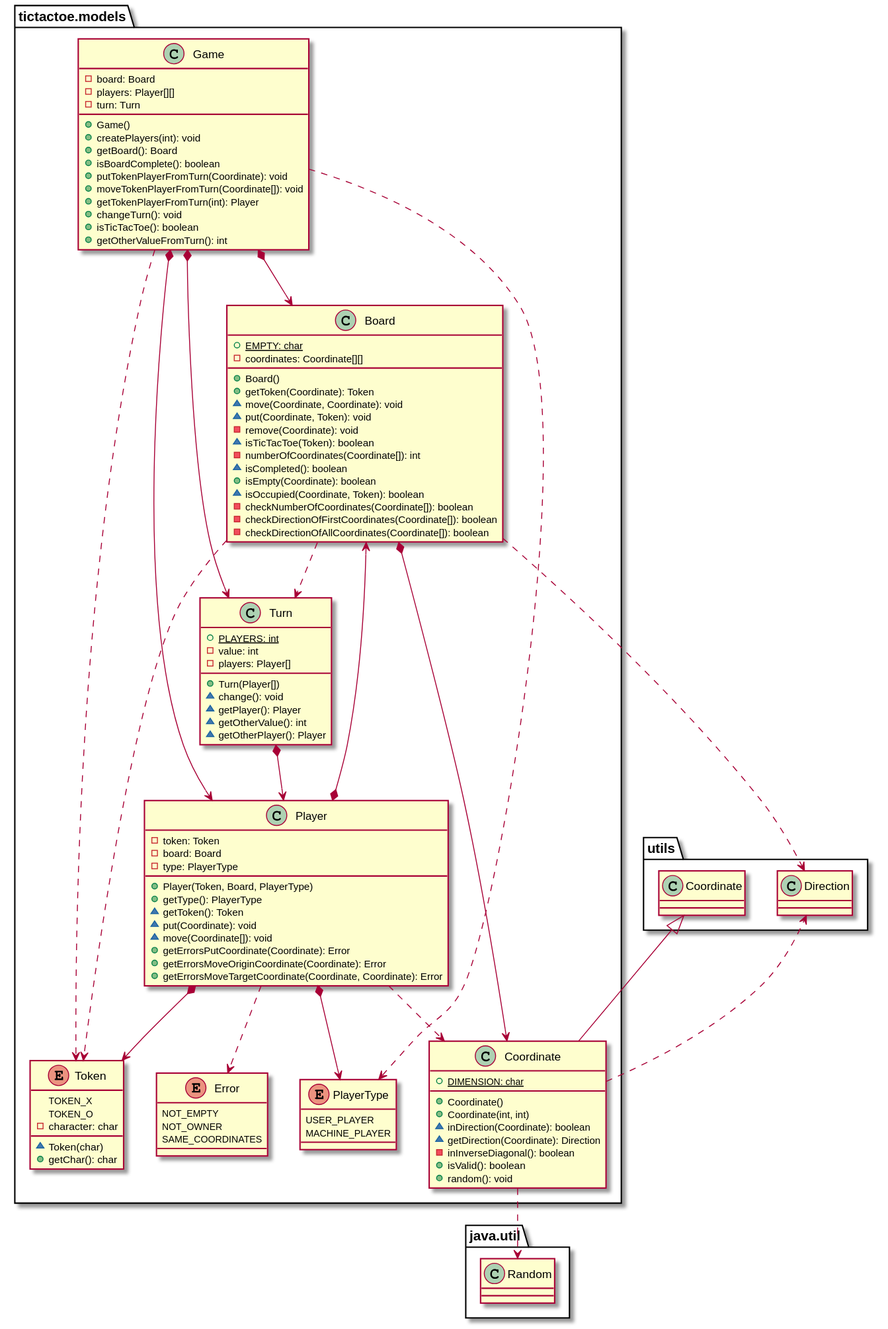
The PlantUML diagram docs/build/docs/asciidoc/images/tictactoeModels.svg in x-USantaTecla-game-ticTacToe/java, before a commit.
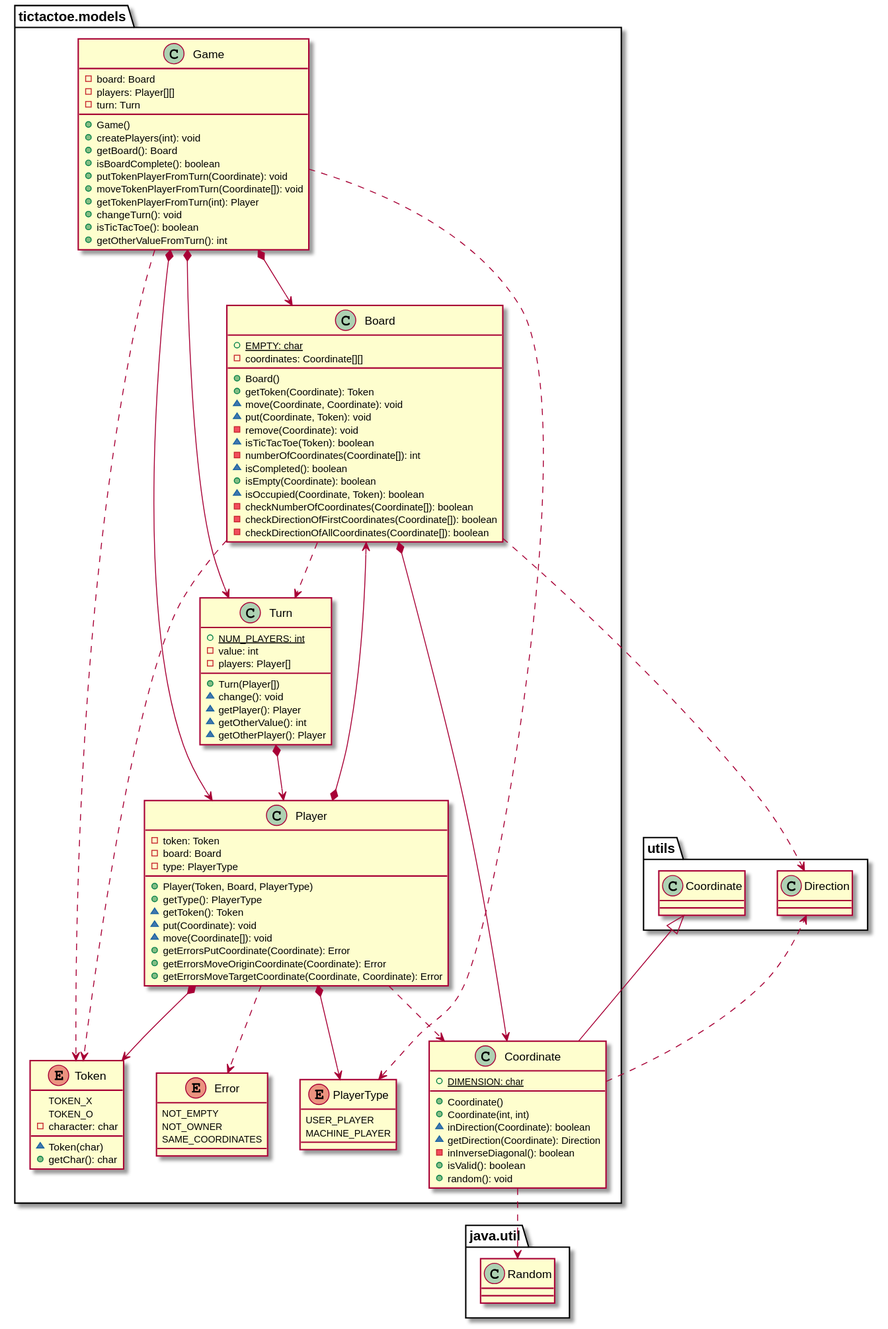
After the commit.

Diff of the diagram source:
```diff
@@ -96,7 +96,7 @@
 }
 
 class  tictactoe.models.Turn{
-+ {static} PLAYERS: int
++ {static} NUM_PLAYERS: int
 - value: int
 - players: Player[]
 + Turn(Player[])
```
